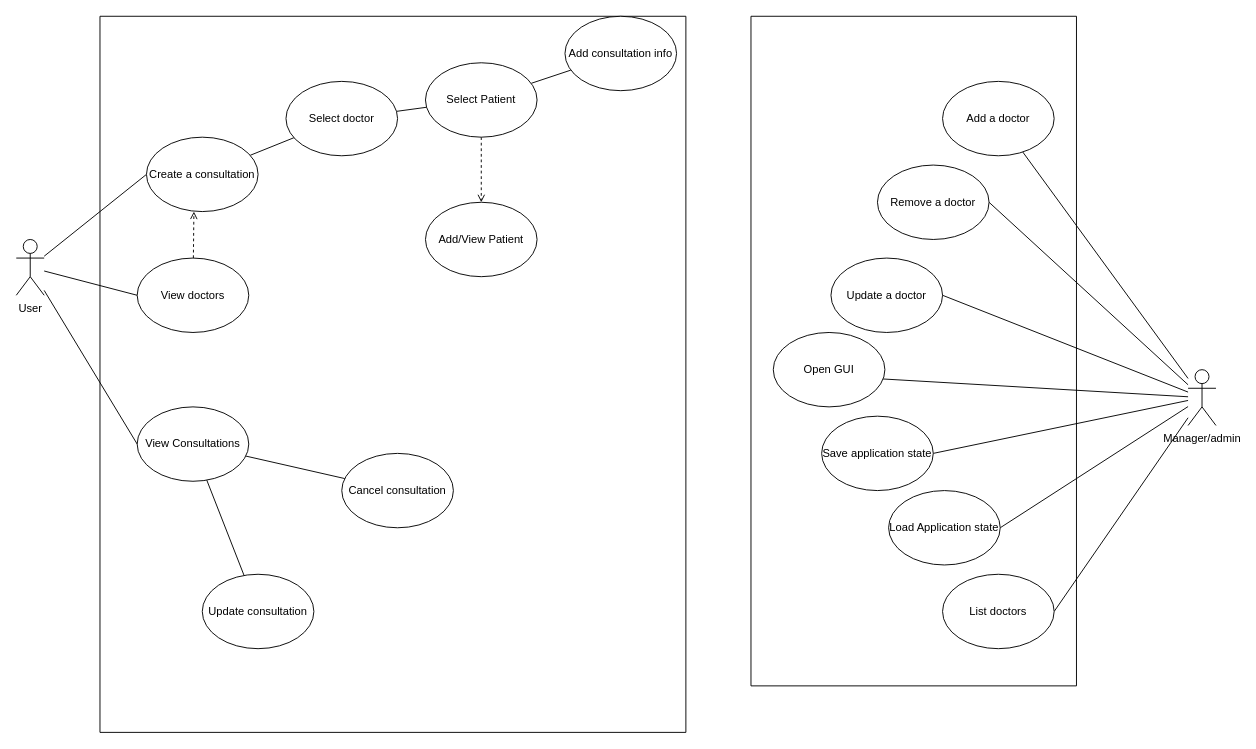
Before: page "use case diagram" (2 of 4) of design/Untitled Diagram.drawio in dovh-me/oop-consultationManager, a draw.io diagram. Source tidied: cells renumbered, new cells numbered last; positions are measured from the earlier drawing's top-left corner, leaving out a move shared by most shapes. Both pictures are drawn from the tidied source at 93%, with x=0, y=0 at pixel (16, 16).
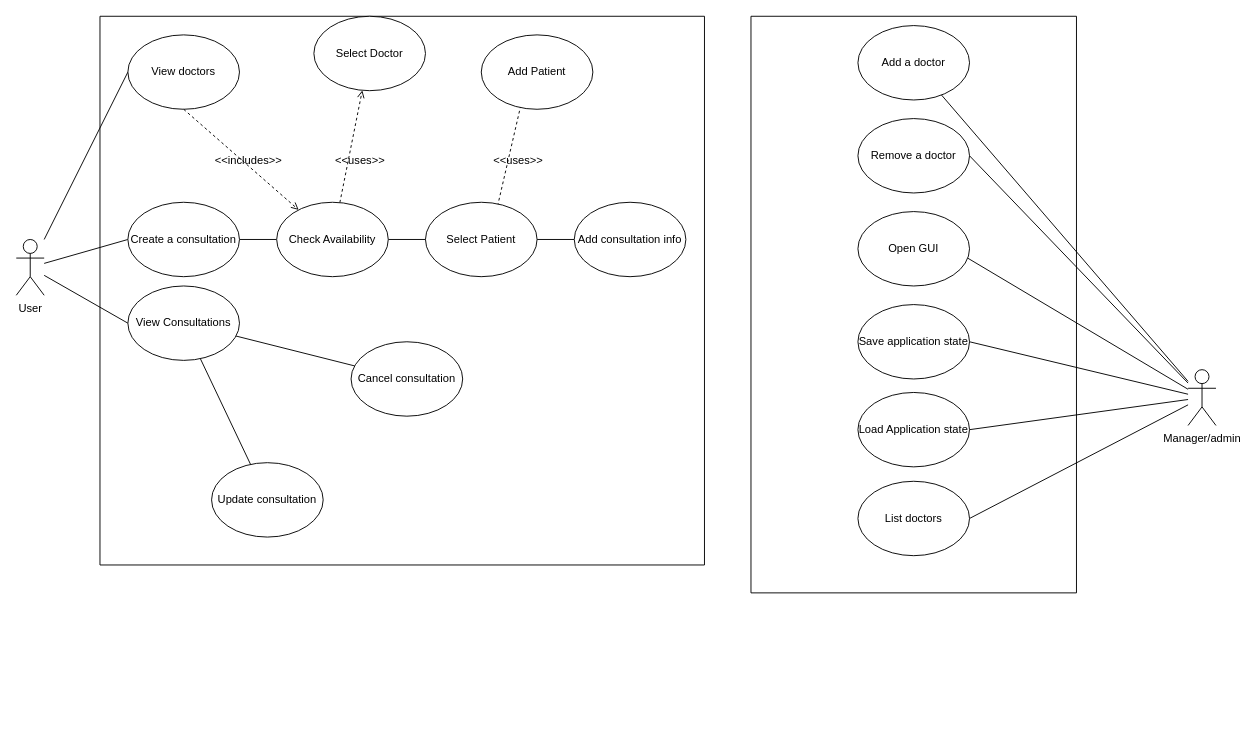
The same page after the edit.

Unchanged cells that the change refers to:
```xml
<mxCell id="13" value="Manager/admin" style="shape=umlActor;verticalLabelPosition=bottom;verticalAlign=top;html=1;outlineConnect=0;" parent="1" vertex="1">
  <mxGeometry x="1260" y="380" width="30" height="60" as="geometry" />
</mxCell>
```

What changed in the source:
```diff
@@
-    <mxCell id="8" style="edgeStyle=none;rounded=0;jettySize=auto;html=1;entryX=1;entryY=0.5;entryDx=0;entryDy=0;endArrow=none;endFill=0;" parent="1" edge="1" source="13" target="34">
-      <mxGeometry relative="1" as="geometry" />
-    </mxCell>
@@
     <mxCell id="14" style="swimlane;startSize=0;" parent="1" vertex="1">
-      <mxGeometry x="90" width="630" height="770" as="geometry" />
+      <mxGeometry x="90" width="650" height="590" as="geometry" />
     </mxCell>
@@
     <mxCell id="16" value="Create a consultation" style="ellipse;whiteSpace=wrap;html=1;" parent="14" vertex="1">
-      <mxGeometry x="50" y="130" width="120" height="80" as="geometry" />
+      <mxGeometry x="30" y="200" width="120" height="80" as="geometry" />
     </mxCell>
     <mxCell id="17" value="Update consultation" style="ellipse;whiteSpace=wrap;html=1;" parent="14" vertex="1">
-      <mxGeometry x="110" y="600" width="120" height="80" as="geometry" />
+      <mxGeometry x="120" y="480" width="120" height="80" as="geometry" />
     </mxCell>
     <mxCell id="18" value="Cancel consultation" style="ellipse;whiteSpace=wrap;html=1;" parent="14" vertex="1">
-      <mxGeometry x="260" y="470" width="120" height="80" as="geometry" />
+      <mxGeometry x="270" y="350" width="120" height="80" as="geometry" />
     </mxCell>
-    <mxCell id="19" style="edgeStyle=none;rounded=0;jettySize=auto;html=1;entryX=0.425;entryY=1;entryDx=0;entryDy=0;entryPerimeter=0;endArrow=open;endFill=0;dashed=1;" parent="14" edge="1" source="20" target="16">
-      <mxGeometry relative="1" as="geometry" />
-    </mxCell>
     <mxCell id="20" value="View doctors" style="ellipse;whiteSpace=wrap;html=1;" parent="14" vertex="1">
-      <mxGeometry x="40" y="260" width="120" height="80" as="geometry" />
+      <mxGeometry x="30" y="20" width="120" height="80" as="geometry" />
     </mxCell>
@@
     <mxCell id="23" value="View Consultations" style="ellipse;whiteSpace=wrap;html=1;" parent="14" vertex="1">
-      <mxGeometry x="40" y="420" width="120" height="80" as="geometry" />
+      <mxGeometry x="30" y="290" width="120" height="80" as="geometry" />
     </mxCell>
@@
     <mxCell id="26" value="Select Patient" style="ellipse;whiteSpace=wrap;html=1;" parent="14" vertex="1">
-      <mxGeometry x="350" y="50" width="120" height="80" as="geometry" />
+      <mxGeometry x="350" y="200" width="120" height="80" as="geometry" />
     </mxCell>
-    <mxCell id="27" value="Add/View Patient" style="ellipse;whiteSpace=wrap;html=1;" parent="14" vertex="1">
-      <mxGeometry x="350" y="200" width="120" height="80" as="geometry" />
+    <mxCell id="27" value="Add Patient" style="ellipse;whiteSpace=wrap;html=1;" parent="14" vertex="1">
+      <mxGeometry x="410" y="20" width="120" height="80" as="geometry" />
     </mxCell>
@@
+    <mxCell id="39" style="rounded=0;jettySize=auto;html=1;dashed=1;endArrow=open;endFill=0;" parent="14" edge="1" source="29" target="41">
+      <mxGeometry relative="1" as="geometry" />
+    </mxCell>
-    <mxCell id="29" value="Select doctor" style="ellipse;whiteSpace=wrap;html=1;" parent="14" vertex="1">
-      <mxGeometry x="200" y="70" width="120" height="80" as="geometry" />
+    <mxCell id="29" value="Check Availability" style="ellipse;whiteSpace=wrap;html=1;" parent="14" vertex="1">
+      <mxGeometry x="190" y="200" width="120" height="80" as="geometry" />
     </mxCell>
     <mxCell id="30" value="Add consultation info" style="ellipse;whiteSpace=wrap;html=1;" parent="14" vertex="1">
-      <mxGeometry x="500" width="120" height="80" as="geometry" />
+      <mxGeometry x="510" y="200" width="120" height="80" as="geometry" />
     </mxCell>
+    <mxCell id="40" value="&amp;lt;&amp;lt;uses&amp;gt;&amp;gt;" style="text;html=1;strokeColor=none;fillColor=none;align=center;verticalAlign=middle;whiteSpace=wrap;rounded=0;" parent="14" vertex="1">
+      <mxGeometry x="420" y="140" width="60" height="30" as="geometry" />
+    </mxCell>
+    <mxCell id="41" value="Select Doctor" style="ellipse;whiteSpace=wrap;html=1;" parent="14" vertex="1">
+      <mxGeometry x="230" width="120" height="80" as="geometry" />
+    </mxCell>
+    <mxCell id="42" value="&amp;lt;&amp;lt;uses&amp;gt;&amp;gt;" style="text;html=1;strokeColor=none;fillColor=none;align=center;verticalAlign=middle;whiteSpace=wrap;rounded=0;" parent="14" vertex="1">
+      <mxGeometry x="250" y="140" width="60" height="30" as="geometry" />
+    </mxCell>
+    <mxCell id="43" style="edgeStyle=none;rounded=0;jettySize=auto;html=1;endArrow=open;endFill=0;dashed=1;exitX=0.5;exitY=1;exitDx=0;exitDy=0;" parent="14" edge="1" source="20" target="29">
+      <mxGeometry relative="1" as="geometry" />
+    </mxCell>
+    <mxCell id="44" value="&amp;lt;&amp;lt;includes&amp;gt;&amp;gt;" style="text;html=1;strokeColor=none;fillColor=none;align=center;verticalAlign=middle;whiteSpace=wrap;rounded=0;" parent="14" vertex="1">
+      <mxGeometry x="130" y="140" width="60" height="30" as="geometry" />
+    </mxCell>
     <mxCell id="31" style="swimlane;startSize=0;" parent="1" vertex="1">
-      <mxGeometry x="790" width="350" height="720" as="geometry" />
+      <mxGeometry x="790" width="350" height="620" as="geometry" />
     </mxCell>
     <mxCell id="32" value="Add a doctor" style="ellipse;whiteSpace=wrap;html=1;" parent="31" vertex="1">
-      <mxGeometry x="206" y="70" width="120" height="80" as="geometry" />
+      <mxGeometry x="115" y="10" width="120" height="80" as="geometry" />
     </mxCell>
     <mxCell id="33" value="Remove a doctor" style="ellipse;whiteSpace=wrap;html=1;" parent="31" vertex="1">
-      <mxGeometry x="136" y="160" width="120" height="80" as="geometry" />
+      <mxGeometry x="115" y="110" width="120" height="80" as="geometry" />
     </mxCell>
-    <mxCell id="34" value="Update a doctor" style="ellipse;whiteSpace=wrap;html=1;" parent="31" vertex="1">
-      <mxGeometry x="86" y="260" width="120" height="80" as="geometry" />
-    </mxCell>
     <mxCell id="35" value="Open GUI" style="ellipse;whiteSpace=wrap;html=1;" parent="31" vertex="1">
-      <mxGeometry x="24" y="340" width="120" height="80" as="geometry" />
+      <mxGeometry x="115" y="210" width="120" height="80" as="geometry" />
     </mxCell>
     <mxCell id="36" value="Save application state" style="ellipse;whiteSpace=wrap;html=1;" parent="31" vertex="1">
-      <mxGeometry x="76" y="430" width="120" height="80" as="geometry" />
+      <mxGeometry x="115" y="310" width="120" height="80" as="geometry" />
     </mxCell>
     <mxCell id="37" value="Load Application state" style="ellipse;whiteSpace=wrap;html=1;" parent="31" vertex="1">
-      <mxGeometry x="148" y="510" width="120" height="80" as="geometry" />
+      <mxGeometry x="115" y="404.5" width="120" height="80" as="geometry" />
     </mxCell>
     <mxCell id="38" value="List doctors" style="ellipse;whiteSpace=wrap;html=1;" parent="31" vertex="1">
-      <mxGeometry x="206" y="600" width="120" height="80" as="geometry" />
+      <mxGeometry x="115" y="500" width="120" height="80" as="geometry" />
     </mxCell>
```
